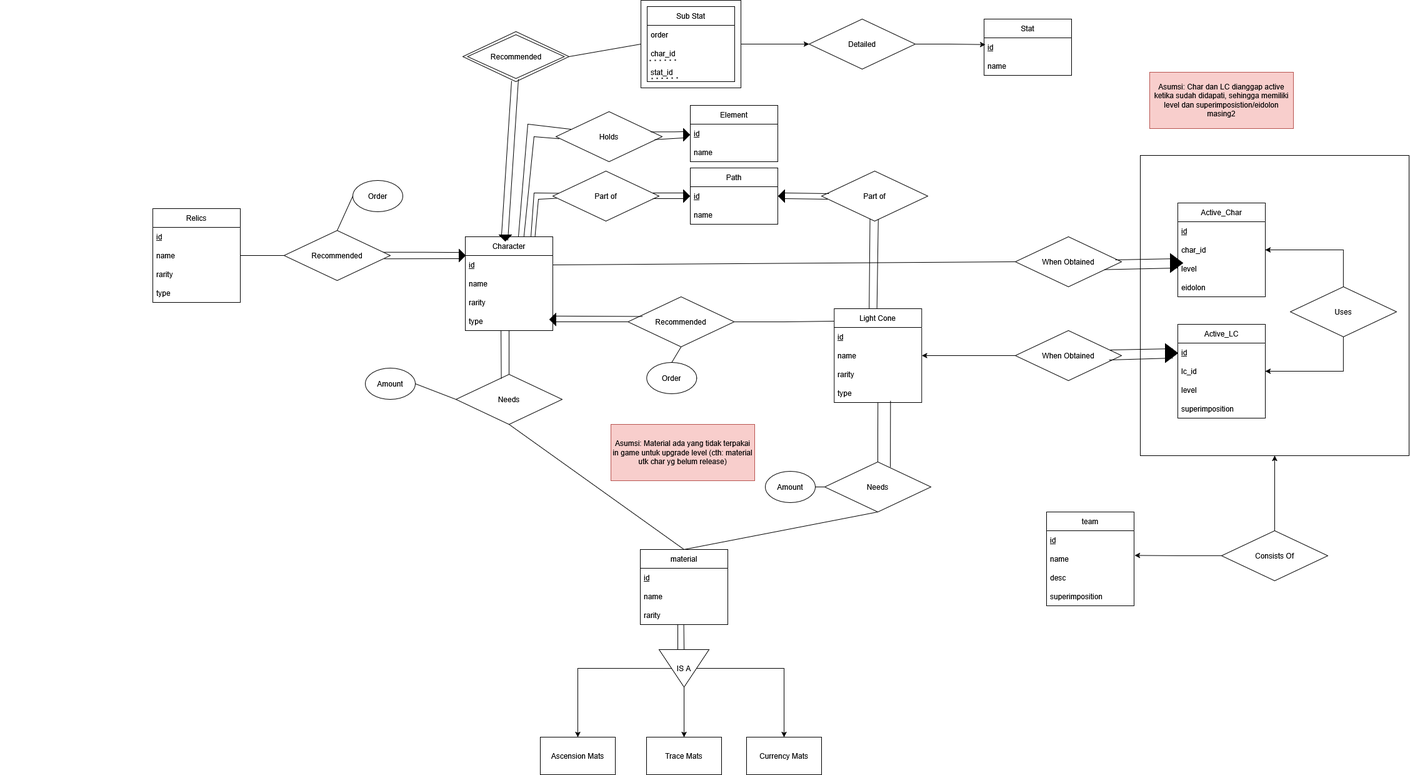
SomeonesDads/Seleksi-2026-Tugas-1 keeps this draw.io diagram as Data Storing/design/ERD.png. Above is the earlier version. Source tidied: cells renumbered, new cells last; positions are measured from the earlier drawing's top-left corner, leaving out a move shared by most shapes.
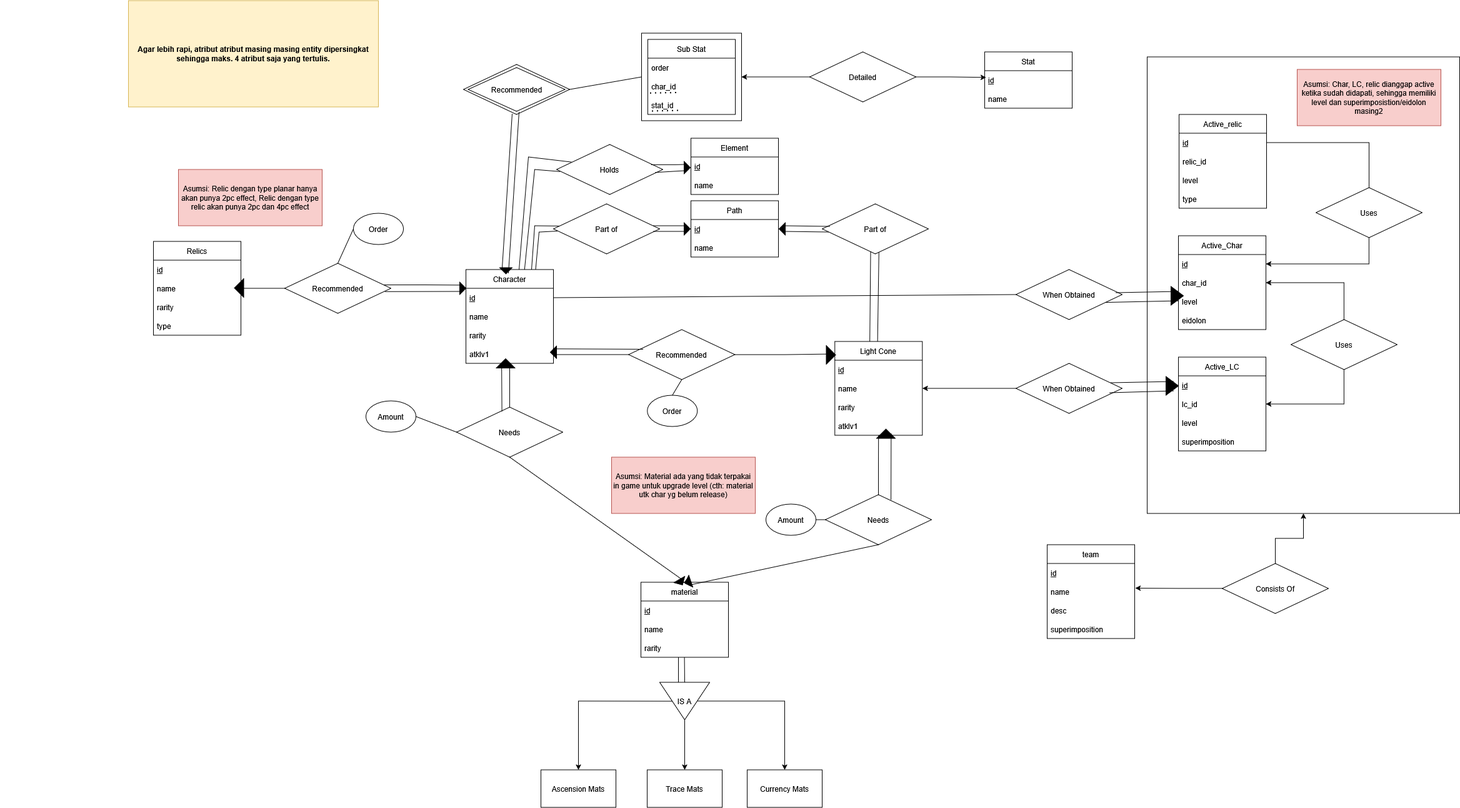
Above is the later version.

The edit, as a diff of the source:
```diff
@@ -3,9 +3,9 @@
     <mxCell id="0" />
     <mxCell id="1" parent="0" />
     <mxCell id="2" style="rounded=0;whiteSpace=wrap;html=1;" parent="1" vertex="1">
-      <mxGeometry x="1825" y="248" width="430" height="480" as="geometry" />
+      <mxGeometry x="1835" y="38" width="500" height="730" as="geometry" />
     </mxCell>
-    <mxCell id="3" style="edgeStyle=orthogonalEdgeStyle;rounded=0;jettySize=auto;html=1;entryX=0;entryY=0.5;entryDx=0;entryDy=0;" parent="1" edge="1" source="4" target="135">
+    <mxCell id="3" style="edgeStyle=orthogonalEdgeStyle;rounded=0;jettySize=auto;html=1;entryX=0;entryY=0.5;entryDx=0;entryDy=0;startArrow=classic;startFill=1;endArrow=none;endFill=0;" parent="1" edge="1" source="4" target="135">
       <mxGeometry relative="1" as="geometry" />
     </mxCell>
     <mxCell id="4" style="rounded=0;whiteSpace=wrap;html=1;" parent="1" vertex="1">
@@ -53,7 +53,7 @@
     <mxCell id="18" value="rarity" style="text;strokeColor=none;fillColor=none;align=left;verticalAlign=middle;spacingLeft=4;spacingRight=4;overflow=hidden;whiteSpace=wrap;html=1;" parent="15" vertex="1">
       <mxGeometry y="90" width="140" height="30" as="geometry" />
     </mxCell>
-    <mxCell id="19" value="type" style="text;strokeColor=none;fillColor=none;align=left;verticalAlign=middle;spacingLeft=4;spacingRight=4;overflow=hidden;points=[[0,0.5],[1,0.5]];portConstraint=eastwest;whiteSpace=wrap;html=1;" parent="15" vertex="1">
+    <mxCell id="19" value="atklv1" style="text;strokeColor=none;fillColor=none;align=left;verticalAlign=middle;spacingLeft=4;spacingRight=4;overflow=hidden;points=[[0,0.5],[1,0.5]];portConstraint=eastwest;whiteSpace=wrap;html=1;" parent="15" vertex="1">
       <mxGeometry y="120" width="140" height="30" as="geometry" />
     </mxCell>
     <mxCell id="20" value="Ascension Mats" style="rounded=0;whiteSpace=wrap;html=1;" parent="1" vertex="1">
@@ -105,7 +105,7 @@
     <mxCell id="31" style="endArrow=none;html=1;rounded=0;exitX=1;exitY=0.5;exitDx=0;exitDy=0;entryX=0;entryY=0.5;entryDx=0;entryDy=0;" parent="1" edge="1" source="48" target="28">
       <mxGeometry relative="1" as="geometry" />
     </mxCell>
-    <mxCell id="32" style="endArrow=none;html=1;rounded=0;exitX=0.5;exitY=1;exitDx=0;exitDy=0;entryX=0.5;entryY=0;entryDx=0;entryDy=0;" parent="1" edge="1" source="28" target="11">
+    <mxCell id="32" style="endArrow=none;html=1;rounded=0;exitX=0.5;exitY=1;exitDx=0;exitDy=0;entryX=0.5;entryY=0;entryDx=0;entryDy=0;" parent="1" edge="1" source="148" target="11">
       <mxGeometry relative="1" as="geometry" />
     </mxCell>
     <mxCell id="33" value="Light Cone" style="swimlane;fontStyle=0;horizontal=1;startSize=30;whiteSpace=wrap;html=1;" parent="1" vertex="1">
@@ -120,7 +120,7 @@
     <mxCell id="36" value="rarity" style="text;strokeColor=none;fillColor=none;align=left;verticalAlign=middle;spacingLeft=4;spacingRight=4;overflow=hidden;whiteSpace=wrap;html=1;" parent="33" vertex="1">
       <mxGeometry y="90" width="140" height="30" as="geometry" />
     </mxCell>
-    <mxCell id="37" value="type" style="text;strokeColor=none;fillColor=none;align=left;verticalAlign=middle;spacingLeft=4;spacingRight=4;overflow=hidden;points=[[0,0.5],[1,0.5]];portConstraint=eastwest;whiteSpace=wrap;html=1;" parent="33" vertex="1">
+    <mxCell id="37" value="atklv1" style="text;strokeColor=none;fillColor=none;align=left;verticalAlign=middle;spacingLeft=4;spacingRight=4;overflow=hidden;points=[[0,0.5],[1,0.5]];portConstraint=eastwest;whiteSpace=wrap;html=1;" parent="33" vertex="1">
       <mxGeometry y="120" width="140" height="30" as="geometry" />
     </mxCell>
     <mxCell id="38" style="edgeStyle=orthogonalEdgeStyle;rounded=0;jettySize=auto;html=1;entryX=1;entryY=0.5;entryDx=0;entryDy=0;endArrow=none;endFill=0;startArrow=none;startFill=0;" parent="1" edge="1" source="39">
@@ -143,7 +143,7 @@
     <mxCell id="43" style="edgeStyle=orthogonalEdgeStyle;rounded=0;jettySize=auto;html=1;entryX=0.499;entryY=0.996;entryDx=0;entryDy=0;entryPerimeter=0;endArrow=none;endFill=0;" parent="1" edge="1" source="41" target="37">
       <mxGeometry relative="1" as="geometry" />
     </mxCell>
-    <mxCell id="44" style="endArrow=none;html=1;rounded=0;exitX=0.5;exitY=0;exitDx=0;exitDy=0;entryX=0.5;entryY=1;entryDx=0;entryDy=0;" parent="1" edge="1" source="11" target="41">
+    <mxCell id="44" style="endArrow=none;html=1;rounded=0;exitX=0.5;exitY=0;exitDx=0;exitDy=0;entryX=0.5;entryY=1;entryDx=0;entryDy=0;" parent="1" edge="1" source="150" target="41">
       <mxGeometry relative="1" as="geometry" />
     </mxCell>
     <mxCell id="45" style="endArrow=none;html=1;rounded=0;entryX=0.408;entryY=1.006;entryDx=0;entryDy=0;entryPerimeter=0;exitX=0.427;exitY=0.085;exitDx=0;exitDy=0;exitPerimeter=0;" parent="1" edge="1" source="28" target="19">
@@ -250,6 +250,9 @@
     <mxCell id="75" value="Order" style="ellipse;whiteSpace=wrap;html=1;" parent="69" vertex="1">
       <mxGeometry x="467.5" y="80" width="80" height="50" as="geometry" />
     </mxCell>
+    <mxCell id="137" value="Asumsi: Relic dengan type planar hanya akan punya 2pc effect, Relic dengan type relic akan punya 2pc dan 4pc effect" style="whiteSpace=wrap;html=1;fillColor=#f8cecc;strokeColor=#b85450;" parent="69" vertex="1">
+      <mxGeometry x="187.5" y="10" width="230" height="90" as="geometry" />
+    </mxCell>
     <mxCell id="76" style="triangle;whiteSpace=wrap;html=1;fillColor=#000000;rotation=0;" parent="1" vertex="1">
       <mxGeometry x="735" y="398" width="10" height="20" as="geometry" />
     </mxCell>
@@ -458,8 +461,8 @@
     <mxCell id="130" style="edgeStyle=orthogonalEdgeStyle;rounded=0;jettySize=auto;html=1;entryX=1.006;entryY=0.319;entryDx=0;entryDy=0;entryPerimeter=0;" parent="1" edge="1" source="129" target="125">
       <mxGeometry relative="1" as="geometry" />
     </mxCell>
-    <mxCell id="131" value="Asumsi: Char dan LC dianggap active ketika sudah didapati, sehingga memiliki level dan superimposistion/eidolon masing2" style="whiteSpace=wrap;html=1;fillColor=#f8cecc;strokeColor=#b85450;" parent="1" vertex="1">
-      <mxGeometry x="1840" y="115" width="230" height="90" as="geometry" />
+    <mxCell id="131" value="Asumsi: Char, LC, relic dianggap active ketika sudah didapati, sehingga memiliki level dan superimposistion/eidolon masing2" style="whiteSpace=wrap;html=1;fillColor=#f8cecc;strokeColor=#b85450;" parent="1" vertex="1">
+      <mxGeometry x="2075" y="58" width="230" height="90" as="geometry" />
     </mxCell>
     <mxCell id="132" value="Stat" style="swimlane;fontStyle=0;horizontal=1;startSize=30;whiteSpace=wrap;html=1;" parent="1" vertex="1">
       <mxGeometry x="1575" y="30" width="140" height="90" as="geometry" />
@@ -476,5 +479,56 @@
     <mxCell id="136" style="edgeStyle=orthogonalEdgeStyle;rounded=0;jettySize=auto;html=1;entryX=0.016;entryY=0.36;entryDx=0;entryDy=0;entryPerimeter=0;" parent="1" edge="1" source="135" target="133">
       <mxGeometry relative="1" as="geometry" />
     </mxCell>
+    <mxCell id="138" value="&lt;b&gt;Agar lebih rapi, atribut atribut masing masing entity dipersingkat sehingga maks. 4 atribut saja yang tertulis.&lt;/b&gt;" style="whiteSpace=wrap;html=1;fillColor=#fff2cc;strokeColor=#d6b656;" parent="1" vertex="1">
+      <mxGeometry x="205" y="-52" width="400" height="170" as="geometry" />
+    </mxCell>
+    <mxCell id="139" value="Active_relic" style="swimlane;fontStyle=0;horizontal=1;startSize=30;whiteSpace=wrap;html=1;" parent="1" vertex="1">
+      <mxGeometry x="1886" y="130" width="140" height="150" as="geometry" />
+    </mxCell>
+    <mxCell id="140" value="&lt;u&gt;id&lt;/u&gt;" style="text;strokeColor=none;fillColor=none;align=left;verticalAlign=middle;spacingLeft=4;spacingRight=4;overflow=hidden;points=[[0,0.5],[1,0.5]];portConstraint=eastwest;whiteSpace=wrap;html=1;" parent="139" vertex="1">
+      <mxGeometry y="30" width="140" height="30" as="geometry" />
+    </mxCell>
+    <mxCell id="141" value="relic_id" style="text;strokeColor=none;fillColor=none;align=left;verticalAlign=middle;spacingLeft=4;spacingRight=4;overflow=hidden;whiteSpace=wrap;html=1;" parent="139" vertex="1">
+      <mxGeometry y="60" width="140" height="30" as="geometry" />
+    </mxCell>
+    <mxCell id="142" value="level" style="text;strokeColor=none;fillColor=none;align=left;verticalAlign=middle;spacingLeft=4;spacingRight=4;overflow=hidden;whiteSpace=wrap;html=1;" parent="139" vertex="1">
+      <mxGeometry y="90" width="140" height="30" as="geometry" />
+    </mxCell>
+    <mxCell id="143" value="type" style="text;strokeColor=none;fillColor=none;align=left;verticalAlign=middle;spacingLeft=4;spacingRight=4;overflow=hidden;whiteSpace=wrap;html=1;" parent="139" vertex="1">
+      <mxGeometry y="120" width="140" height="30" as="geometry" />
+    </mxCell>
+    <mxCell id="144" style="edgeStyle=orthogonalEdgeStyle;rounded=0;jettySize=auto;html=1;entryX=1;entryY=0.5;entryDx=0;entryDy=0;" parent="1" edge="1" source="146" target="96">
+      <mxGeometry relative="1" as="geometry" />
+    </mxCell>
+    <mxCell id="145" style="edgeStyle=orthogonalEdgeStyle;rounded=0;jettySize=auto;html=1;entryX=1;entryY=0.5;entryDx=0;entryDy=0;endArrow=none;endFill=0;" parent="1" edge="1" source="146" target="140">
+      <mxGeometry relative="1" as="geometry" />
+    </mxCell>
+    <mxCell id="146" value="Uses" style="rhombus;whiteSpace=wrap;html=1;" parent="1" vertex="1">
+      <mxGeometry x="2105" y="247" width="170" height="80" as="geometry" />
+    </mxCell>
+    <mxCell id="147" style="endArrow=none;html=1;rounded=0;exitX=0.5;exitY=1;exitDx=0;exitDy=0;entryX=0.5;entryY=0;entryDx=0;entryDy=0;" parent="1" edge="1" source="28" target="148">
+      <mxGeometry relative="1" as="geometry" />
+    </mxCell>
+    <mxCell id="148" style="triangle;whiteSpace=wrap;html=1;fillColor=#000000;rotation=60;" parent="1" vertex="1">
+      <mxGeometry x="1084" y="868" width="10" height="20" as="geometry" />
+    </mxCell>
+    <mxCell id="149" style="endArrow=none;html=1;rounded=0;exitX=0.5;exitY=0;exitDx=0;exitDy=0;entryX=0.5;entryY=1;entryDx=0;entryDy=0;" parent="1" edge="1" source="11" target="150">
+      <mxGeometry relative="1" as="geometry" />
+    </mxCell>
+    <mxCell id="150" style="triangle;whiteSpace=wrap;html=1;fillColor=#000000;rotation=-199;" parent="1" vertex="1">
+      <mxGeometry x="1095" y="868" width="10" height="20" as="geometry" />
+    </mxCell>
+    <mxCell id="151" style="triangle;whiteSpace=wrap;html=1;fillColor=#000000;rotation=-90;" parent="1" vertex="1">
+      <mxGeometry x="801" y="513" width="15" height="30" as="geometry" />
+    </mxCell>
+    <mxCell id="152" style="triangle;whiteSpace=wrap;html=1;fillColor=#000000;rotation=-90;" parent="1" vertex="1">
+      <mxGeometry x="1409.5" y="625.5" width="15" height="30" as="geometry" />
+    </mxCell>
+    <mxCell id="153" style="triangle;whiteSpace=wrap;html=1;fillColor=#000000;rotation=0;" parent="1" vertex="1">
+      <mxGeometry x="1321.5" y="499.5" width="15" height="30" as="geometry" />
+    </mxCell>
+    <mxCell id="154" style="triangle;whiteSpace=wrap;html=1;fillColor=#000000;rotation=-180;" parent="1" vertex="1">
+      <mxGeometry x="374.5" y="392.5" width="15" height="30" as="geometry" />
+    </mxCell>
   </root>
 </mxGraphModel>
```
